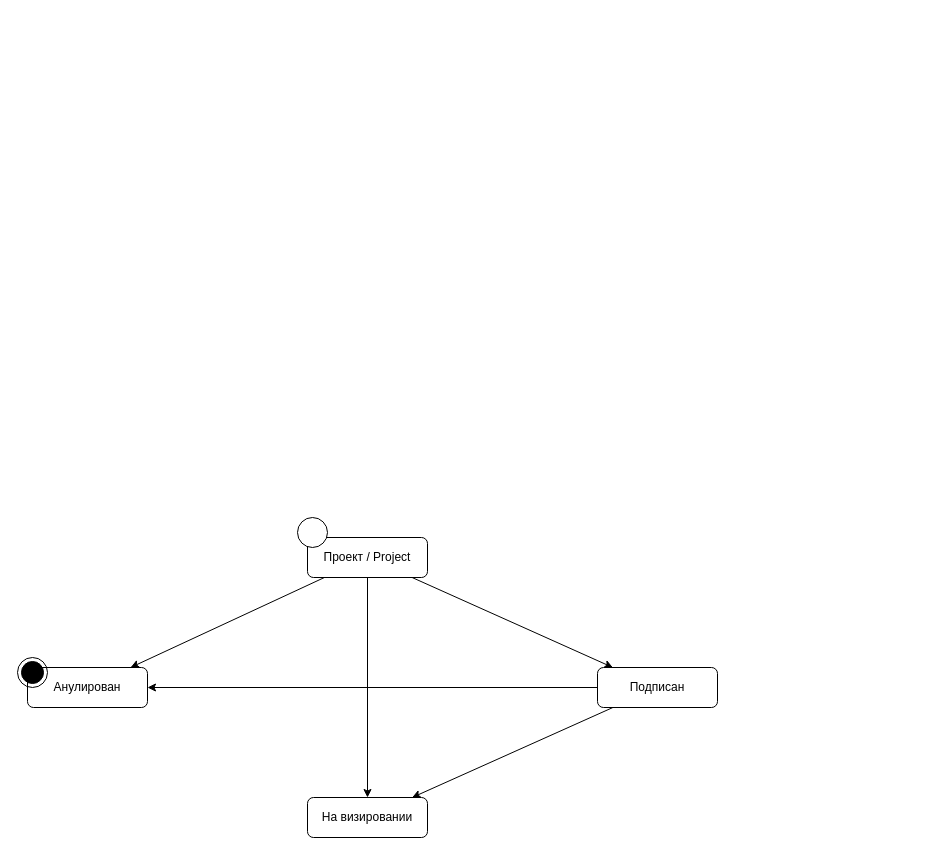
Before: Domain/Resolutions/СостоянияИПравилаПереходов.drawio in davyd0ff/so-line-grls, a draw.io diagram. Source tidied: cells renumbered, new cells numbered last; positions are measured from the earlier drawing's top-left corner, leaving out a move shared by most shapes. Both pictures are drawn from the tidied source at 100%, with x=0, y=0 at pixel (17, 517).
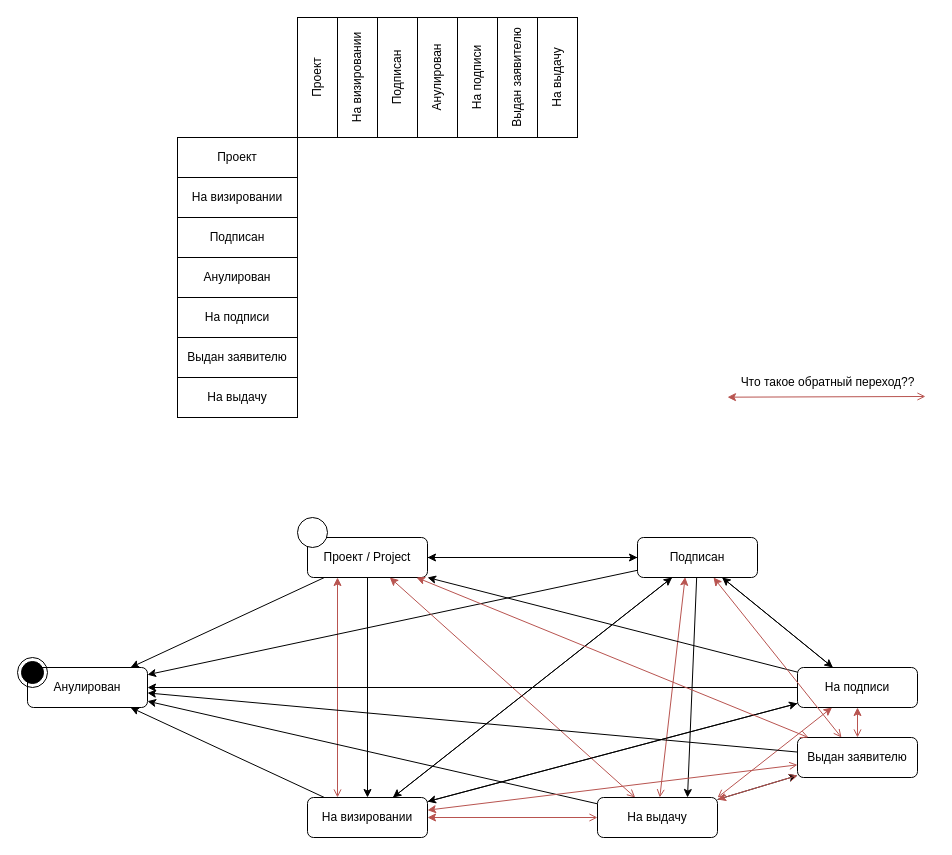
The same page after the edit.

Unchanged cells that the change refers to:
```xml
<mxCell id="5" value="Проект / Project" style="rounded=1;whiteSpace=wrap;html=1;" parent="1" vertex="1">
  <mxGeometry x="290" y="20" width="120" height="40" as="geometry" />
</mxCell>
<mxCell id="6" value="Анулирован" style="rounded=1;whiteSpace=wrap;html=1;" parent="1" vertex="1">
  <mxGeometry x="10" y="150" width="120" height="40" as="geometry" />
</mxCell>
<mxCell id="7" value="На визировании" style="rounded=1;whiteSpace=wrap;html=1;" parent="1" vertex="1">
  <mxGeometry x="290" y="280" width="120" height="40" as="geometry" />
</mxCell>
```

What changed in the source:
```diff
@@
+    <mxCell id="13" style="edgeStyle=none;rounded=0;jettySize=auto;html=1;exitX=0.25;exitY=0;exitDx=0;exitDy=0;entryX=0.25;entryY=1;entryDx=0;entryDy=0;startArrow=open;startFill=0;endArrow=classic;endFill=1;fillColor=#f8cecc;strokeColor=#b85450;" parent="1" edge="1" source="7" target="5">
+      <mxGeometry relative="1" as="geometry" />
+    </mxCell>
+    <mxCell id="14" style="edgeStyle=none;rounded=0;jettySize=auto;html=1;startArrow=none;startFill=0;endArrow=classic;endFill=1;" parent="1" edge="1" source="7" target="6">
+      <mxGeometry relative="1" as="geometry" />
+    </mxCell>
+    <mxCell id="15" style="edgeStyle=none;rounded=0;jettySize=auto;html=1;startArrow=none;startFill=0;endArrow=classic;endFill=1;" parent="1" edge="1" source="7" target="31">
+      <mxGeometry relative="1" as="geometry" />
+    </mxCell>
+    <mxCell id="16" style="edgeStyle=none;rounded=0;jettySize=auto;html=1;startArrow=none;startFill=0;endArrow=classic;endFill=1;" parent="1" edge="1" source="7" target="10">
+      <mxGeometry relative="1" as="geometry" />
+    </mxCell>
@@
+    <mxCell id="17" style="edgeStyle=none;rounded=0;jettySize=auto;html=1;entryX=0.75;entryY=0;entryDx=0;entryDy=0;" parent="1" edge="1" source="10" target="26">
+      <mxGeometry relative="1" as="geometry" />
+    </mxCell>
+    <mxCell id="18" style="edgeStyle=none;rounded=0;jettySize=auto;html=1;" parent="1" edge="1" source="10" target="31">
+      <mxGeometry relative="1" as="geometry" />
+    </mxCell>
+    <mxCell id="19" style="edgeStyle=none;rounded=0;jettySize=auto;html=1;" parent="1" edge="1" source="10" target="5">
+      <mxGeometry relative="1" as="geometry" />
+    </mxCell>
     <mxCell id="10" value="Подписан" style="rounded=1;whiteSpace=wrap;html=1;" parent="1" vertex="1">
-      <mxGeometry x="580" y="150" width="120" height="40" as="geometry" />
+      <mxGeometry x="620" y="20" width="120" height="40" as="geometry" />
     </mxCell>
@@
+    <mxCell id="20" style="edgeStyle=none;rounded=0;jettySize=auto;html=1;" parent="1" edge="1" source="26" target="6">
+      <mxGeometry relative="1" as="geometry" />
+    </mxCell>
+    <mxCell id="21" style="edgeStyle=none;rounded=0;jettySize=auto;html=1;" parent="1" edge="1" source="26" target="33">
+      <mxGeometry relative="1" as="geometry" />
+    </mxCell>
+    <mxCell id="22" style="edgeStyle=none;rounded=0;jettySize=auto;html=1;startArrow=open;startFill=0;fillColor=#f8cecc;strokeColor=#b85450;" parent="1" edge="1" source="26" target="7">
+      <mxGeometry relative="1" as="geometry" />
+    </mxCell>
+    <mxCell id="23" style="edgeStyle=none;rounded=0;jettySize=auto;html=1;startArrow=open;startFill=0;fillColor=#f8cecc;strokeColor=#b85450;exitX=1;exitY=0;exitDx=0;exitDy=0;" parent="1" edge="1" source="26" target="31">
+      <mxGeometry relative="1" as="geometry" />
+    </mxCell>
+    <mxCell id="24" style="edgeStyle=none;rounded=0;jettySize=auto;html=1;entryX=0.397;entryY=0.991;entryDx=0;entryDy=0;startArrow=open;startFill=0;fillColor=#f8cecc;strokeColor=#b85450;endArrow=classic;endFill=1;entryPerimeter=0;" parent="1" edge="1" source="26" target="10">
+      <mxGeometry relative="1" as="geometry" />
+    </mxCell>
+    <mxCell id="25" style="edgeStyle=none;rounded=0;jettySize=auto;html=1;startArrow=open;startFill=0;fillColor=#f8cecc;strokeColor=#b85450;" parent="1" edge="1" source="26" target="5">
+      <mxGeometry relative="1" as="geometry" />
+    </mxCell>
+    <mxCell id="26" value="На выдачу" style="rounded=1;whiteSpace=wrap;html=1;" parent="1" vertex="1">
+      <mxGeometry x="580" y="280" width="120" height="40" as="geometry" />
+    </mxCell>
+    <mxCell id="27" style="edgeStyle=none;rounded=0;jettySize=auto;html=1;" parent="1" edge="1" source="31" target="6">
+      <mxGeometry relative="1" as="geometry" />
+    </mxCell>
+    <mxCell id="28" style="edgeStyle=none;rounded=0;jettySize=auto;html=1;" parent="1" edge="1" source="31" target="7">
+      <mxGeometry relative="1" as="geometry" />
+    </mxCell>
+    <mxCell id="29" style="edgeStyle=none;rounded=0;jettySize=auto;html=1;" parent="1" edge="1" source="31" target="10">
+      <mxGeometry relative="1" as="geometry" />
+    </mxCell>
+    <mxCell id="30" style="edgeStyle=none;rounded=0;jettySize=auto;html=1;entryX=1;entryY=1;entryDx=0;entryDy=0;" parent="1" edge="1" source="31" target="5">
+      <mxGeometry relative="1" as="geometry" />
+    </mxCell>
+    <mxCell id="31" value="На подписи" style="rounded=1;whiteSpace=wrap;html=1;" parent="1" vertex="1">
+      <mxGeometry x="780" y="150" width="120" height="40" as="geometry" />
+    </mxCell>
+    <mxCell id="32" style="edgeStyle=none;rounded=0;jettySize=auto;html=1;startArrow=none;startFill=0;endArrow=classic;endFill=1;" parent="1" edge="1" source="33" target="6">
+      <mxGeometry relative="1" as="geometry" />
+    </mxCell>
+    <mxCell id="33" value="Выдан заявителю" style="rounded=1;whiteSpace=wrap;html=1;" parent="1" vertex="1">
+      <mxGeometry x="780" y="220" width="120" height="40" as="geometry" />
+    </mxCell>
+    <mxCell id="34" value="Что такое обратный переход??" style="text;html=1;align=center;verticalAlign=middle;points=[];strokeColor=none;fillColor=none;" parent="1" vertex="1">
+      <mxGeometry x="710" y="-150" width="200" height="30" as="geometry" />
+    </mxCell>
+    <mxCell id="35" style="edgeStyle=none;rounded=0;orthogonalLoop=1;jettySize=auto;html=1;entryX=0;entryY=0.989;entryDx=0;entryDy=0;startArrow=open;startFill=0;fillColor=#f8cecc;strokeColor=#b85450;endArrow=classic;endFill=1;entryPerimeter=0;exitX=0.99;exitY=0.966;exitDx=0;exitDy=0;exitPerimeter=0;" parent="1" edge="1" source="34" target="34">
+      <mxGeometry relative="1" as="geometry" />
+    </mxCell>
+    <mxCell id="36" style="edgeStyle=none;rounded=0;jettySize=auto;html=1;startArrow=open;startFill=0;endArrow=classic;endFill=1;fillColor=#f8cecc;strokeColor=#b85450;" parent="1" edge="1" source="33" target="7">
+      <mxGeometry relative="1" as="geometry" />
+    </mxCell>
+    <mxCell id="37" style="edgeStyle=none;rounded=0;jettySize=auto;html=1;startArrow=open;startFill=0;endArrow=classic;endFill=1;fillColor=#f8cecc;strokeColor=#b85450;" parent="1" edge="1" source="33" target="31">
+      <mxGeometry relative="1" as="geometry" />
+    </mxCell>
+    <mxCell id="38" style="edgeStyle=none;rounded=0;jettySize=auto;html=1;startArrow=open;startFill=0;endArrow=classic;endFill=1;fillColor=#f8cecc;strokeColor=#b85450;" parent="1" edge="1" source="33" target="26">
+      <mxGeometry relative="1" as="geometry" />
+    </mxCell>
+    <mxCell id="39" style="edgeStyle=none;rounded=0;jettySize=auto;html=1;startArrow=open;startFill=0;endArrow=classic;endFill=1;fillColor=#f8cecc;strokeColor=#b85450;" parent="1" edge="1" source="33" target="10">
+      <mxGeometry relative="1" as="geometry" />
+    </mxCell>
+    <mxCell id="40" style="edgeStyle=none;rounded=0;jettySize=auto;html=1;startArrow=open;startFill=0;endArrow=classic;endFill=1;fillColor=#f8cecc;strokeColor=#b85450;" parent="1" edge="1" source="33" target="5">
+      <mxGeometry relative="1" as="geometry" />
+    </mxCell>
+    <mxCell id="41" value="Проект" style="rounded=0;whiteSpace=wrap;html=1;" parent="1" vertex="1">
+      <mxGeometry x="160" y="-380" width="120" height="40" as="geometry" />
+    </mxCell>
+    <mxCell id="42" value="На визировании" style="rounded=0;whiteSpace=wrap;html=1;" parent="1" vertex="1">
+      <mxGeometry x="160" y="-340" width="120" height="40" as="geometry" />
+    </mxCell>
+    <mxCell id="43" value="Подписан" style="rounded=0;whiteSpace=wrap;html=1;" parent="1" vertex="1">
+      <mxGeometry x="160" y="-300" width="120" height="40" as="geometry" />
+    </mxCell>
+    <mxCell id="44" value="Анулирован" style="rounded=0;whiteSpace=wrap;html=1;" parent="1" vertex="1">
+      <mxGeometry x="160" y="-260" width="120" height="40" as="geometry" />
+    </mxCell>
+    <mxCell id="45" value="На подписи" style="rounded=0;whiteSpace=wrap;html=1;" parent="1" vertex="1">
+      <mxGeometry x="160" y="-220" width="120" height="40" as="geometry" />
+    </mxCell>
+    <mxCell id="46" value="Выдан заявителю" style="rounded=0;whiteSpace=wrap;html=1;" parent="1" vertex="1">
+      <mxGeometry x="160" y="-180" width="120" height="40" as="geometry" />
+    </mxCell>
+    <mxCell id="47" value="На выдачу" style="rounded=0;whiteSpace=wrap;html=1;" parent="1" vertex="1">
+      <mxGeometry x="160" y="-140" width="120" height="40" as="geometry" />
+    </mxCell>
+    <mxCell id="48" value="Проект" style="rounded=0;whiteSpace=wrap;html=1;horizontal=0;" parent="1" vertex="1">
+      <mxGeometry x="280" y="-500" width="40" height="120" as="geometry" />
+    </mxCell>
+    <mxCell id="49" value="На визировании" style="rounded=0;whiteSpace=wrap;html=1;horizontal=0;" parent="1" vertex="1">
+      <mxGeometry x="320" y="-500" width="40" height="120" as="geometry" />
+    </mxCell>
+    <mxCell id="50" value="Подписан" style="rounded=0;whiteSpace=wrap;html=1;horizontal=0;" parent="1" vertex="1">
+      <mxGeometry x="360" y="-500" width="40" height="120" as="geometry" />
+    </mxCell>
+    <mxCell id="51" value="Анулирован" style="rounded=0;whiteSpace=wrap;html=1;horizontal=0;" parent="1" vertex="1">
+      <mxGeometry x="400" y="-500" width="40" height="120" as="geometry" />
+    </mxCell>
+    <mxCell id="52" value="На подписи" style="rounded=0;whiteSpace=wrap;html=1;horizontal=0;" parent="1" vertex="1">
+      <mxGeometry x="440" y="-500" width="40" height="120" as="geometry" />
+    </mxCell>
+    <mxCell id="53" value="Выдан заявителю" style="rounded=0;whiteSpace=wrap;html=1;horizontal=0;" parent="1" vertex="1">
+      <mxGeometry x="480" y="-500" width="40" height="120" as="geometry" />
+    </mxCell>
+    <mxCell id="54" value="На выдачу" style="rounded=0;whiteSpace=wrap;html=1;horizontal=0;" parent="1" vertex="1">
+      <mxGeometry x="520" y="-500" width="40" height="120" as="geometry" />
+    </mxCell>
```
